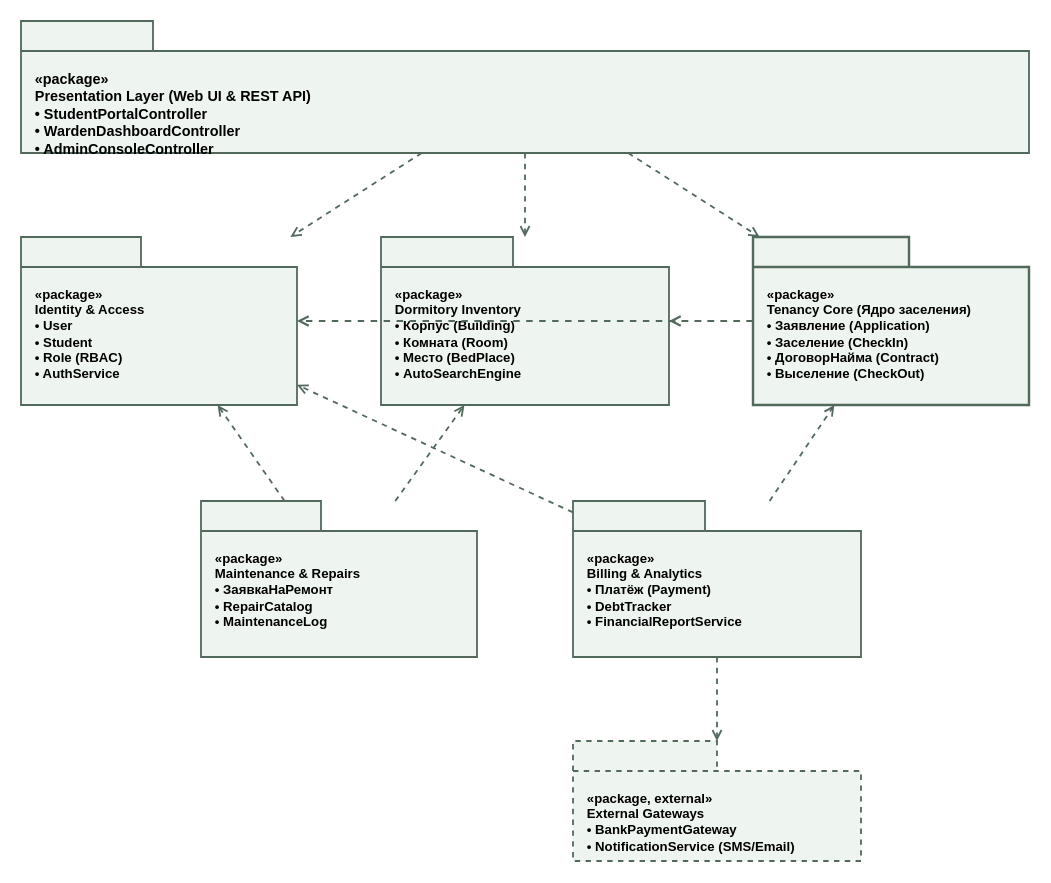
Before: docs/architecture/packages.drawio in X2X13211/cursovaya, a draw.io diagram. Source tidied: cells renumbered, new cells numbered last; positions are measured from the earlier drawing's top-left corner, leaving out a move shared by most shapes. Both pictures are drawn from the tidied source at 120%, with x=0, y=0 at pixel (20, 20).
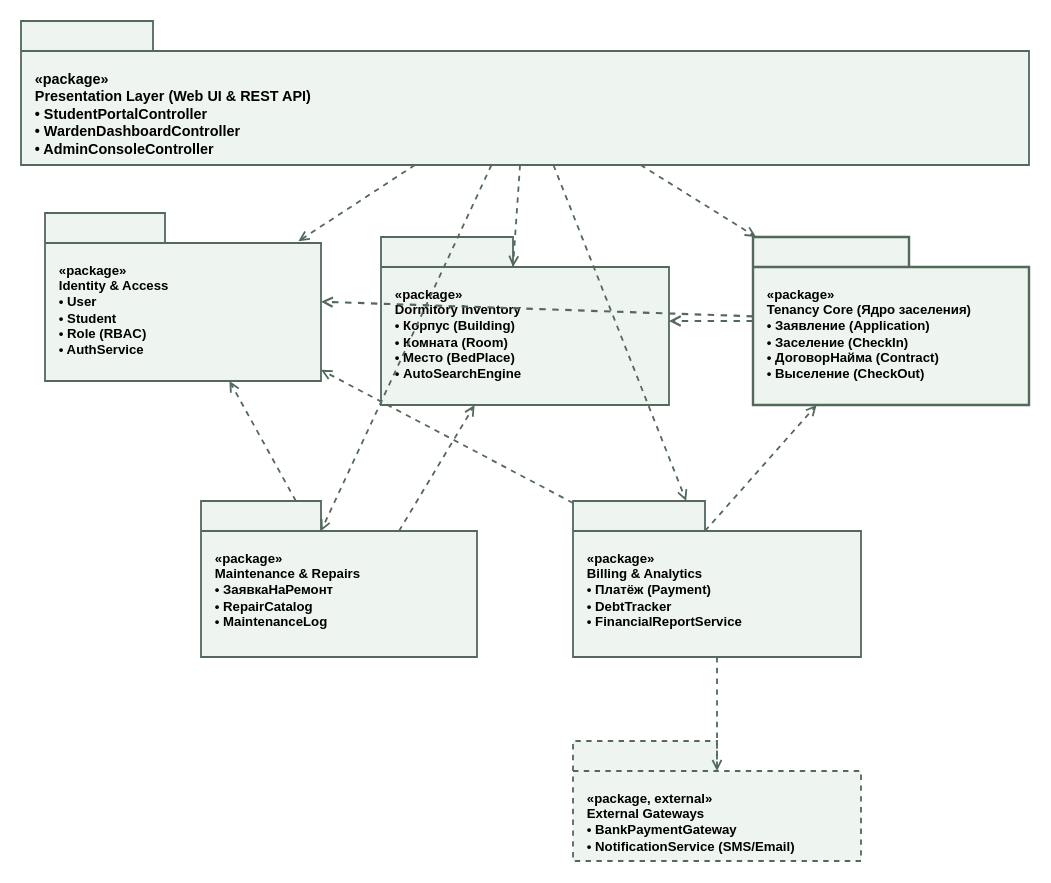
Above is the later version.

The change refers to these unchanged cells:
```xml
<mxCell id="4" value="«package»&#10;Dormitory Inventory&#10;• Корпус (Building)&#10;• Комната (Room)&#10;• Место (BedPlace)&#10;• AutoSearchEngine" style="shape=folder;fontStyle=1;tabWidth=110;tabHeight=25;tabPosition=left;html=1;boundedLbl=1;fillColor=#EEF4EF;strokeColor=#52695C;strokeWidth=1.5;fontSize=11;verticalAlign=top;align=left;spacingLeft=10;spacingTop=10;fontFamily=Arial;" parent="1" vertex="1">
  <mxGeometry x="300" y="180" width="240" height="140" as="geometry" />
</mxCell>
<mxCell id="5" value="«package»&#10;Tenancy Core (Ядро заселения)&#10;• Заявление (Application)&#10;• Заселение (CheckIn)&#10;• ДоговорНайма (Contract)&#10;• Выселение (CheckOut)" style="shape=folder;fontStyle=1;tabWidth=130;tabHeight=25;tabPosition=left;html=1;boundedLbl=1;fillColor=#EEF4EF;strokeColor=#52695C;strokeWidth=2;fontSize=11;verticalAlign=top;align=left;spacingLeft=10;spacingTop=10;fontFamily=Arial;" parent="1" vertex="1">
  <mxGeometry x="610" y="180" width="230" height="140" as="geometry" />
</mxCell>
<mxCell id="6" value="«package»&#10;Maintenance &amp; Repairs&#10;• ЗаявкаНаРемонт&#10;• RepairCatalog&#10;• MaintenanceLog" style="shape=folder;fontStyle=1;tabWidth=100;tabHeight=25;tabPosition=left;html=1;boundedLbl=1;fillColor=#EEF4EF;strokeColor=#52695C;strokeWidth=1.5;fontSize=11;verticalAlign=top;align=left;spacingLeft=10;spacingTop=10;fontFamily=Arial;" parent="1" vertex="1">
  <mxGeometry x="150" y="400" width="230" height="130" as="geometry" />
</mxCell>
<mxCell id="7" value="«package»&#10;Billing &amp; Analytics&#10;• Платёж (Payment)&#10;• DebtTracker&#10;• FinancialReportService" style="shape=folder;fontStyle=1;tabWidth=110;tabHeight=25;tabPosition=left;html=1;boundedLbl=1;fillColor=#EEF4EF;strokeColor=#52695C;strokeWidth=1.5;fontSize=11;verticalAlign=top;align=left;spacingLeft=10;spacingTop=10;fontFamily=Arial;" parent="1" vertex="1">
  <mxGeometry x="460" y="400" width="240" height="130" as="geometry" />
</mxCell>
<mxCell id="8" value="«package, external»&#10;External Gateways&#10;• BankPaymentGateway&#10;• NotificationService (SMS/Email)" style="shape=folder;fontStyle=1;tabWidth=120;tabHeight=25;tabPosition=left;html=1;boundedLbl=1;fillColor=#EEF4EF;strokeColor=#52695C;strokeWidth=1.5;fontSize=11;verticalAlign=top;align=left;spacingLeft=10;spacingTop=10;dashed=1;fontFamily=Arial;" parent="1" vertex="1">
  <mxGeometry x="460" y="600" width="240" height="100" as="geometry" />
</mxCell>
```

What changed in the source:
```diff
@@
     <mxCell id="2" value="«package»&#10;Presentation Layer (Web UI &amp; REST API)&#10;• StudentPortalController&#10;• WardenDashboardController&#10;• AdminConsoleController" style="shape=folder;fontStyle=1;tabWidth=110;tabHeight=25;tabPosition=left;html=1;boundedLbl=1;fillColor=#EEF4EF;strokeColor=#52695C;strokeWidth=1.5;fontSize=12;verticalAlign=top;align=left;spacingLeft=10;spacingTop=10;fontFamily=Arial;" parent="1" vertex="1">
-      <mxGeometry width="840" height="110" as="geometry" />
+      <mxGeometry width="840" height="120" as="geometry" />
     </mxCell>
     <mxCell id="3" value="«package»&#10;Identity &amp; Access&#10;• User&#10;• Student&#10;• Role (RBAC)&#10;• AuthService" style="shape=folder;fontStyle=1;tabWidth=100;tabHeight=25;tabPosition=left;html=1;boundedLbl=1;fillColor=#EEF4EF;strokeColor=#52695C;strokeWidth=1.5;fontSize=11;verticalAlign=top;align=left;spacingLeft=10;spacingTop=10;fontFamily=Arial;" parent="1" vertex="1">
-      <mxGeometry y="180" width="230" height="140" as="geometry" />
+      <mxGeometry x="20" y="160" width="230" height="140" as="geometry" />
     </mxCell>
@@
-    <mxCell id="9" style="dashed=1;endArrow=open;endFill=0;strokeColor=#52695C;strokeWidth=1.5;fontFamily=Arial;" parent="1" edge="1" source="2" target="3">
+    <mxCell id="9" style="dashed=1;endArrow=open;endFill=0;strokeColor=#52695C;strokeWidth=1.5;fontFamily=Arial;entryX=0.918;entryY=0.168;entryDx=0;entryDy=0;entryPerimeter=0;" parent="1" edge="1" source="2" target="3">
       <mxGeometry relative="1" as="geometry" />
     </mxCell>
-    <mxCell id="10" style="dashed=1;endArrow=open;endFill=0;strokeColor=#52695C;strokeWidth=1.5;fontFamily=Arial;" parent="1" edge="1" source="2" target="4">
+    <mxCell id="10" style="dashed=1;endArrow=open;endFill=0;strokeColor=#52695C;strokeWidth=1.5;fontFamily=Arial;entryX=0;entryY=0;entryDx=110;entryDy=25;entryPerimeter=0;" parent="1" edge="1" source="2" target="4">
       <mxGeometry relative="1" as="geometry" />
     </mxCell>
@@
+    <mxCell id="19" style="dashed=1;endArrow=open;endFill=0;strokeColor=#52695C;strokeWidth=1.5;fontFamily=Arial;entryX=0;entryY=0;entryDx=100;entryDy=25;entryPerimeter=0;" parent="1" edge="1" source="2" target="6">
+      <mxGeometry relative="1" as="geometry" />
+    </mxCell>
+    <mxCell id="20" style="dashed=1;endArrow=open;endFill=0;strokeColor=#52695C;strokeWidth=1.5;fontFamily=Arial;" parent="1" edge="1" source="2" target="7">
+      <mxGeometry relative="1" as="geometry" />
+    </mxCell>
@@
-    <mxCell id="14" style="dashed=1;endArrow=open;endFill=0;strokeColor=#52695C;strokeWidth=1.5;fontFamily=Arial;" parent="1" edge="1" source="6" target="4">
+    <mxCell id="14" style="dashed=1;endArrow=open;endFill=0;strokeColor=#52695C;strokeWidth=1.5;fontFamily=Arial;exitX=0;exitY=0;exitDx=165;exitDy=25;exitPerimeter=0;" parent="1" edge="1" source="6" target="4">
       <mxGeometry relative="1" as="geometry" />
     </mxCell>
@@
-    <mxCell id="16" style="dashed=1;endArrow=open;endFill=0;strokeColor=#52695C;strokeWidth=1.5;fontFamily=Arial;" parent="1" edge="1" source="7" target="5">
+    <mxCell id="16" style="dashed=1;endArrow=open;endFill=0;strokeColor=#52695C;strokeWidth=1.5;fontFamily=Arial;exitX=0;exitY=0;exitDx=110;exitDy=25;exitPerimeter=0;" parent="1" edge="1" source="7" target="5">
       <mxGeometry relative="1" as="geometry" />
     </mxCell>
@@
-    <mxCell id="18" style="dashed=1;endArrow=open;endFill=0;strokeColor=#52695C;strokeWidth=1.5;fontFamily=Arial;" parent="1" edge="1" source="7" target="8">
+    <mxCell id="18" style="dashed=1;endArrow=open;endFill=0;strokeColor=#52695C;strokeWidth=1.5;fontFamily=Arial;entryX=0;entryY=0;entryDx=120;entryDy=25;entryPerimeter=0;" parent="1" edge="1" source="7" target="8">
       <mxGeometry relative="1" as="geometry" />
     </mxCell>
```
